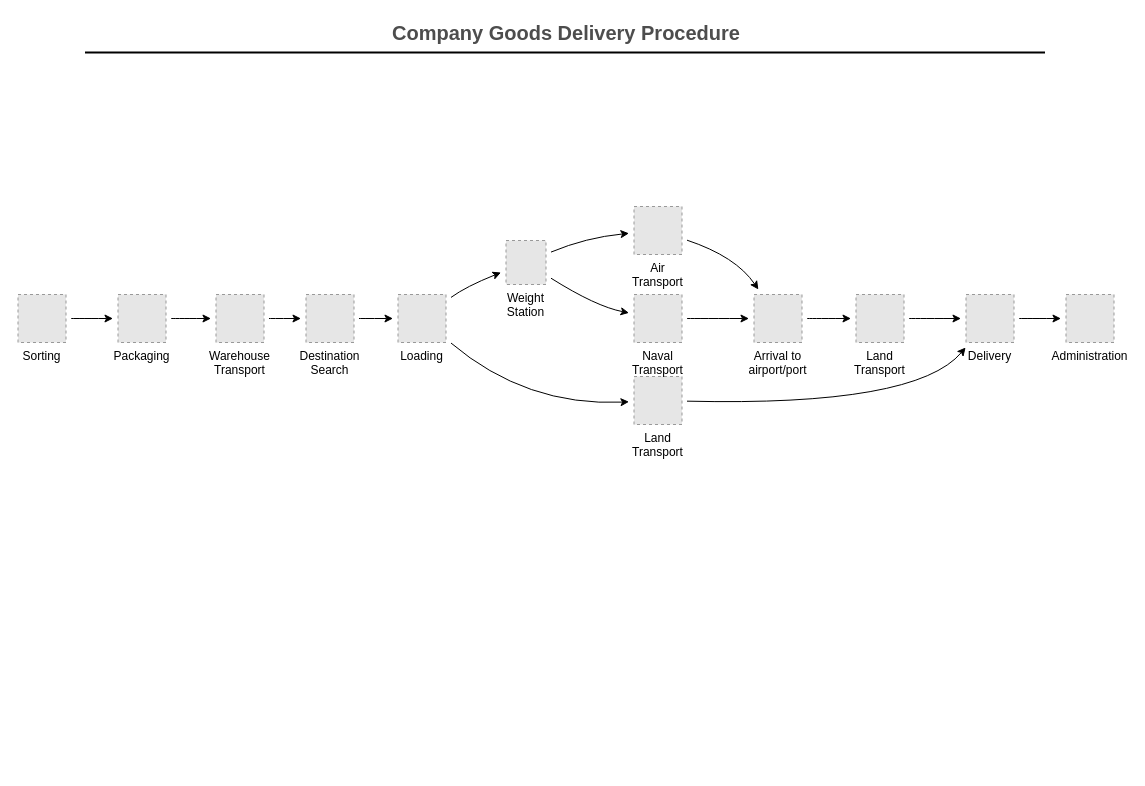
The draw.io diagram Диаграмма без названия.drawio in Esemenov85/dashboard, before the edit. Source tidied: cells renumbered, new cells numbered last; positions are measured from the earlier drawing's top-left corner, leaving out a move shared by most shapes. Both pictures are drawn from the tidied source at 100%, with x=0, y=0 at pixel (17, 17). Pictures stored in the file or linked from it are replaced by grey dashed boxes.
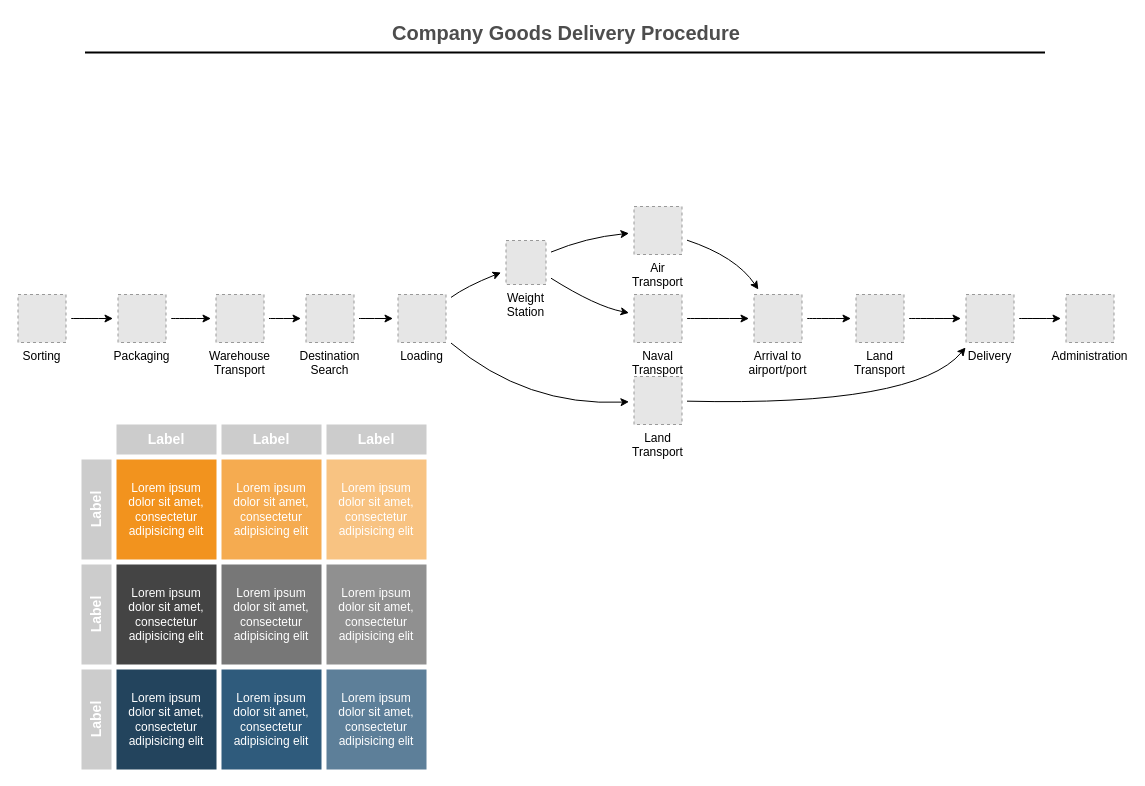
The same page after the edit.

Change to the diagram source:
```diff
@@
+    <mxCell id="31" value="Lorem ipsum dolor sit amet, consectetur adipisicing elit" style="html=1;fillColor=#F2931E;strokeColor=none;shadow=0;fontSize=12;fontColor=#FFFFFF;align=center;fontStyle=0;whiteSpace=wrap;rounded=0;" parent="1" vertex="1">
+      <mxGeometry x="99" y="442" width="100" height="100" as="geometry" />
+    </mxCell>
+    <mxCell id="32" value="Lorem ipsum dolor sit amet, consectetur adipisicing elit" style="html=1;fillColor=#F5AB50;strokeColor=none;shadow=0;fontSize=12;fontColor=#FFFFFF;align=center;fontStyle=0;whiteSpace=wrap;rounded=0;" parent="1" vertex="1">
+      <mxGeometry x="204" y="442" width="100" height="100" as="geometry" />
+    </mxCell>
+    <mxCell id="33" value="Lorem ipsum dolor sit amet, consectetur adipisicing elit" style="html=1;fillColor=#F8C382;strokeColor=none;shadow=0;fontSize=12;fontColor=#FFFFFF;align=center;fontStyle=0;whiteSpace=wrap;rounded=0;" parent="1" vertex="1">
+      <mxGeometry x="309" y="442" width="100" height="100" as="geometry" />
+    </mxCell>
+    <mxCell id="34" value="Lorem ipsum dolor sit amet, consectetur adipisicing elit" style="html=1;fillColor=#444444;strokeColor=none;shadow=0;fontSize=12;fontColor=#FFFFFF;align=center;fontStyle=0;whiteSpace=wrap;rounded=0;" parent="1" vertex="1">
+      <mxGeometry x="99" y="547" width="100" height="100" as="geometry" />
+    </mxCell>
+    <mxCell id="35" value="Lorem ipsum dolor sit amet, consectetur adipisicing elit" style="html=1;fillColor=#777777;strokeColor=none;shadow=0;fontSize=12;fontColor=#FFFFFF;align=center;fontStyle=0;whiteSpace=wrap;rounded=0;" parent="1" vertex="1">
+      <mxGeometry x="204" y="547" width="100" height="100" as="geometry" />
+    </mxCell>
+    <mxCell id="36" value="Lorem ipsum dolor sit amet, consectetur adipisicing elit" style="html=1;fillColor=#909090;strokeColor=none;shadow=0;fontSize=12;fontColor=#FFFFFF;align=center;fontStyle=0;whiteSpace=wrap;rounded=0;" parent="1" vertex="1">
+      <mxGeometry x="309" y="547" width="100" height="100" as="geometry" />
+    </mxCell>
+    <mxCell id="37" value="Lorem ipsum dolor sit amet, consectetur adipisicing elit" style="html=1;fillColor=#23445D;strokeColor=none;shadow=0;fontSize=12;fontColor=#FFFFFF;align=center;fontStyle=0;whiteSpace=wrap;rounded=0;" parent="1" vertex="1">
+      <mxGeometry x="99" y="652" width="100" height="100" as="geometry" />
+    </mxCell>
+    <mxCell id="38" value="Lorem ipsum dolor sit amet, consectetur adipisicing elit" style="html=1;fillColor=#2F5B7C;strokeColor=none;shadow=0;fontSize=12;fontColor=#FFFFFF;align=center;fontStyle=0;whiteSpace=wrap;rounded=0;" parent="1" vertex="1">
+      <mxGeometry x="204" y="652" width="100" height="100" as="geometry" />
+    </mxCell>
+    <mxCell id="39" value="Lorem ipsum dolor sit amet, consectetur adipisicing elit" style="html=1;fillColor=#5D7F99;strokeColor=none;shadow=0;fontSize=12;fontColor=#FFFFFF;align=center;fontStyle=0;whiteSpace=wrap;rounded=0;" parent="1" vertex="1">
+      <mxGeometry x="309" y="652" width="100" height="100" as="geometry" />
+    </mxCell>
+    <mxCell id="40" value="Label" style="html=1;fillColor=#CCCCCC;strokeColor=none;shadow=0;fontSize=14;fontColor=#FFFFFF;align=center;fontStyle=1;whiteSpace=wrap;horizontal=0;rounded=0;" parent="1" vertex="1">
+      <mxGeometry x="64" y="442" width="30" height="100" as="geometry" />
+    </mxCell>
+    <mxCell id="41" value="Label" style="html=1;fillColor=#CCCCCC;strokeColor=none;shadow=0;fontSize=14;fontColor=#FFFFFF;align=center;fontStyle=1;whiteSpace=wrap;horizontal=0;rounded=0;" parent="1" vertex="1">
+      <mxGeometry x="64" y="547" width="30" height="100" as="geometry" />
+    </mxCell>
+    <mxCell id="42" value="Label" style="html=1;fillColor=#CCCCCC;strokeColor=none;shadow=0;fontSize=14;fontColor=#FFFFFF;align=center;fontStyle=1;whiteSpace=wrap;horizontal=0;rounded=0;" parent="1" vertex="1">
+      <mxGeometry x="64" y="652" width="30" height="100" as="geometry" />
+    </mxCell>
+    <mxCell id="43" value="Label" style="html=1;fillColor=#CCCCCC;strokeColor=none;shadow=0;fontSize=14;fontColor=#FFFFFF;align=center;fontStyle=1;whiteSpace=wrap;rounded=0;" parent="1" vertex="1">
+      <mxGeometry x="99" y="407" width="100" height="30" as="geometry" />
+    </mxCell>
+    <mxCell id="44" value="Label" style="html=1;fillColor=#CCCCCC;strokeColor=none;shadow=0;fontSize=14;fontColor=#FFFFFF;align=center;fontStyle=1;whiteSpace=wrap;rounded=0;" parent="1" vertex="1">
+      <mxGeometry x="204" y="407" width="100" height="30" as="geometry" />
+    </mxCell>
+    <mxCell id="45" value="Label" style="html=1;fillColor=#CCCCCC;strokeColor=none;shadow=0;fontSize=14;fontColor=#FFFFFF;align=center;fontStyle=1;whiteSpace=wrap;rounded=0;" parent="1" vertex="1">
+      <mxGeometry x="309" y="407" width="100" height="30" as="geometry" />
+    </mxCell>
```
